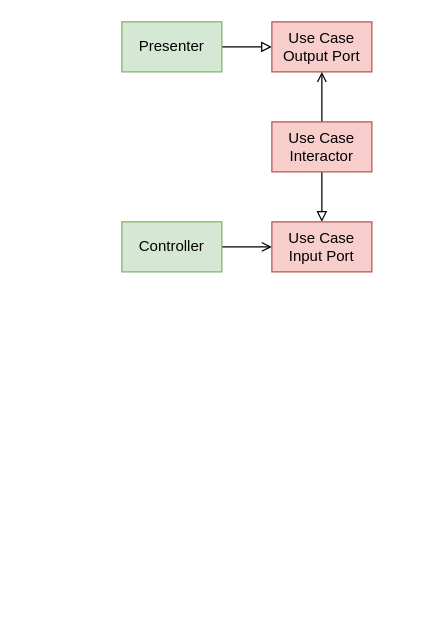
josueelias9/improving-BCP-organizate keeps this draw.io diagram as new-service/diagram.dio. Above is the earlier version. Source tidied: cells renumbered, new cells numbered last; positions are measured from the earlier drawing's top-left corner, leaving out a move shared by most shapes. Both pictures are drawn from the tidied source at 125%, with x=0, y=0 at pixel (121, 21).
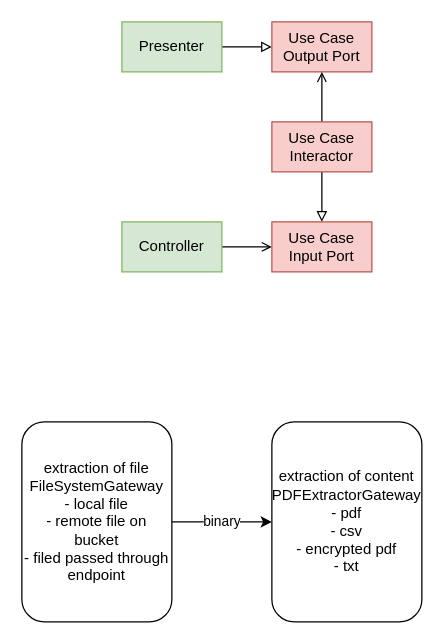
Above is the later version.

Commit message (it also covers changes not shown here):
feat: add PDF examples and implement PDF processing endpoint

Diff of the diagram source:
```diff
@@
 <mxGraphModel>
   <root>
     <mxCell id="0" />
     <mxCell id="1" parent="0" />
     <mxCell id="2" style="edgeStyle=none;html=1;endArrow=block;endFill=0;" parent="1" edge="1" source="3" target="4">
       <mxGeometry relative="1" as="geometry" />
     </mxCell>
     <mxCell id="3" value="Presenter" style="rounded=0;whiteSpace=wrap;html=1;fillColor=#d5e8d4;strokeColor=#82b366;" parent="1" vertex="1">
       <mxGeometry width="80" height="40" as="geometry" />
     </mxCell>
     <mxCell id="4" value="Use Case Output Port" style="rounded=0;whiteSpace=wrap;html=1;fillColor=#f8cecc;strokeColor=#b85450;" parent="1" vertex="1">
       <mxGeometry x="120" width="80" height="40" as="geometry" />
     </mxCell>
     <mxCell id="5" style="edgeStyle=none;html=1;endArrow=open;endFill=0;" parent="1" edge="1" source="7" target="4">
       <mxGeometry relative="1" as="geometry" />
     </mxCell>
     <mxCell id="6" style="edgeStyle=none;html=1;endArrow=block;endFill=0;" parent="1" edge="1" source="7" target="10">
       <mxGeometry relative="1" as="geometry" />
     </mxCell>
     <mxCell id="7" value="Use Case Interactor" style="rounded=0;whiteSpace=wrap;html=1;fillColor=#f8cecc;strokeColor=#b85450;" parent="1" vertex="1">
       <mxGeometry x="120" y="80" width="80" height="40" as="geometry" />
     </mxCell>
     <mxCell id="8" style="edgeStyle=none;html=1;endArrow=open;endFill=0;" parent="1" edge="1" source="9" target="10">
       <mxGeometry relative="1" as="geometry" />
     </mxCell>
     <mxCell id="9" value="Controller" style="rounded=0;whiteSpace=wrap;html=1;fillColor=#d5e8d4;strokeColor=#82b366;" parent="1" vertex="1">
       <mxGeometry y="160" width="80" height="40" as="geometry" />
     </mxCell>
     <mxCell id="10" value="Use Case Input Port" style="rounded=0;whiteSpace=wrap;html=1;fillColor=#f8cecc;strokeColor=#b85450;" parent="1" vertex="1">
       <mxGeometry x="120" y="160" width="80" height="40" as="geometry" />
     </mxCell>
+    <mxCell id="11" value="binary" style="edgeStyle=none;html=1;" parent="1" edge="1" source="12" target="13">
+      <mxGeometry relative="1" as="geometry" />
+    </mxCell>
+    <mxCell id="12" value="extraction of file&lt;div&gt;FileSystemGateway&lt;/div&gt;&lt;div&gt;- local file&lt;/div&gt;&lt;div&gt;- remote file on bucket&lt;/div&gt;&lt;div&gt;- filed passed through endpoint&lt;/div&gt;" style="rounded=1;whiteSpace=wrap;html=1;" parent="1" vertex="1">
+      <mxGeometry x="-80" y="320" width="120" height="160" as="geometry" />
+    </mxCell>
+    <mxCell id="13" value="extraction of content&lt;div&gt;&lt;div&gt;PDFExtractorGateway&lt;/div&gt;&lt;/div&gt;&lt;div&gt;- pdf&lt;/div&gt;&lt;div&gt;- csv&lt;/div&gt;&lt;div&gt;- encrypted pdf&lt;/div&gt;&lt;div&gt;- txt&lt;/div&gt;" style="rounded=1;whiteSpace=wrap;html=1;" parent="1" vertex="1">
+      <mxGeometry x="120" y="320" width="120" height="160" as="geometry" />
+    </mxCell>
   </root>
 </mxGraphModel>
```
